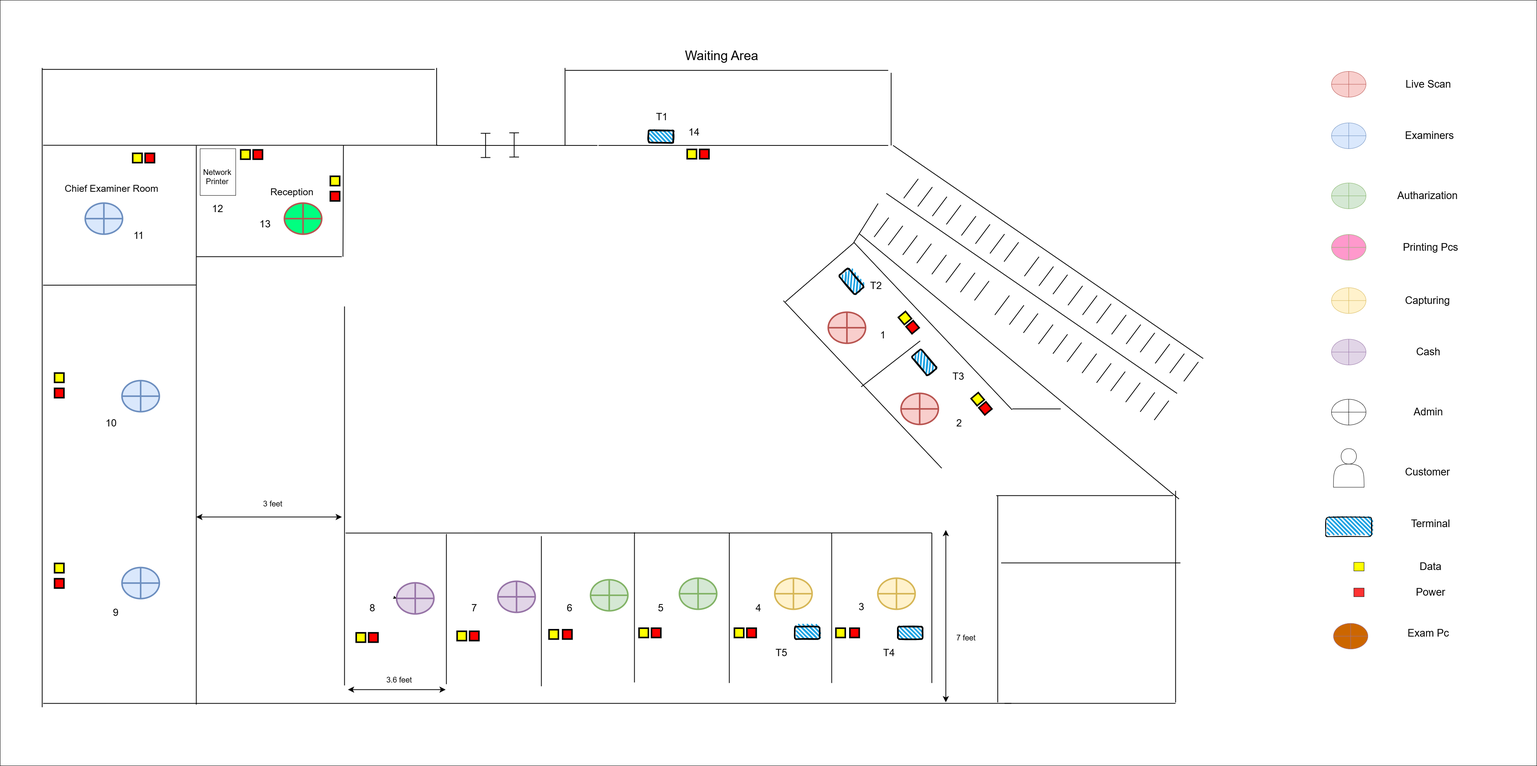
This is kegall_ground.png from thushan-harshajeewa/dmt-diagrams, a draw.io export, as it was before one commit. Source tidied: cells renumbered, new cells last; positions are measured from the earlier drawing's top-left corner, leaving out a move shared by most shapes.
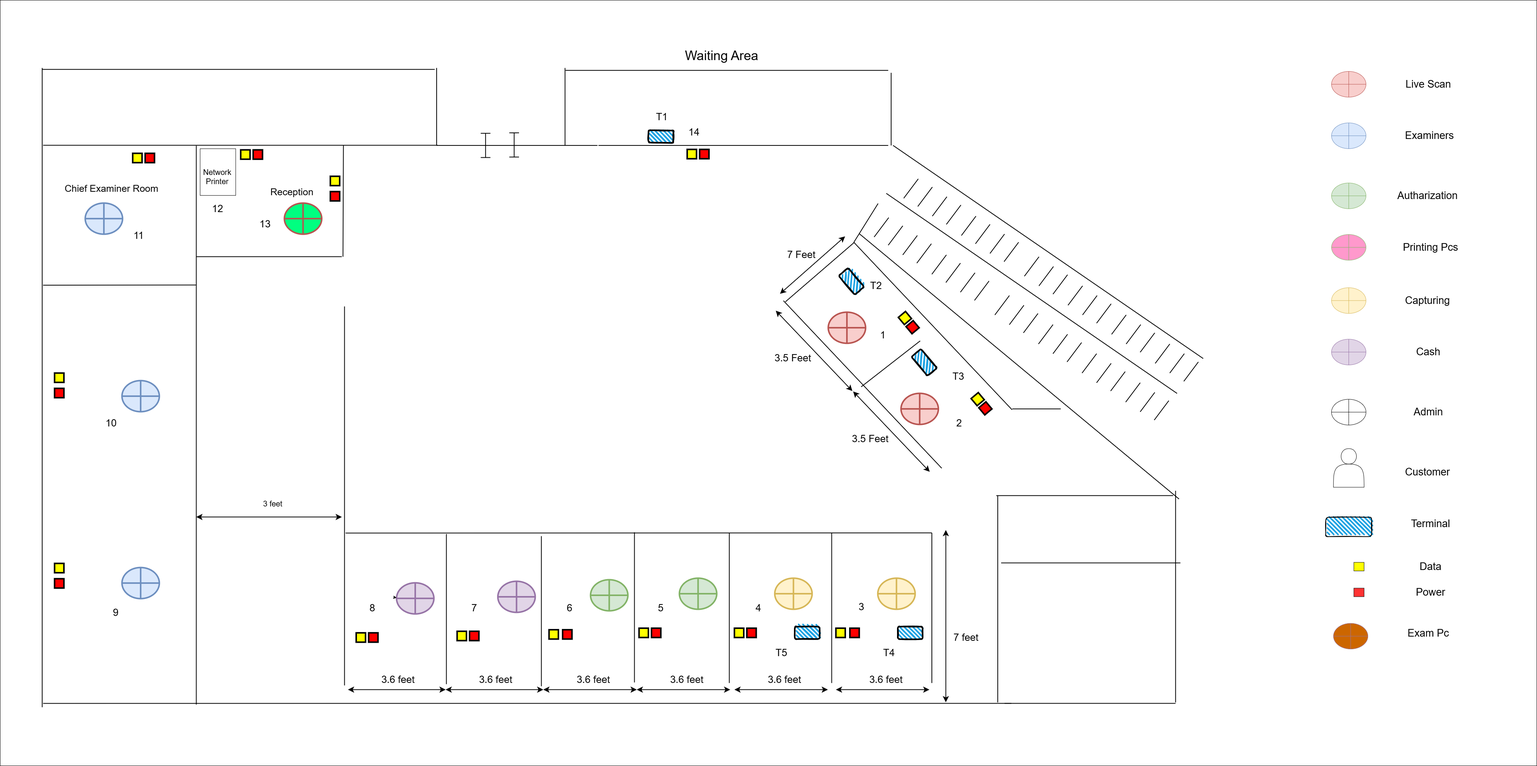
Above is the later version.

The edit, as a diff of the source:
```diff
@@ -637,7 +637,7 @@
         <mxPoint x="2469" y="1384" as="targetPoint" />
       </mxGeometry>
     </mxCell>
-    <mxCell id="135" value="&lt;font style=&quot;font-size: 20px;&quot;&gt;7 feet&lt;/font&gt;" style="text;html=1;align=center;verticalAlign=middle;whiteSpace=wrap;rounded=0;" parent="1" vertex="1">
+    <mxCell id="135" value="&lt;font style=&quot;font-size: 26px;&quot;&gt;7 feet&lt;/font&gt;" style="text;html=1;align=center;verticalAlign=middle;whiteSpace=wrap;rounded=0;" parent="1" vertex="1">
       <mxGeometry x="2482" y="1649.8" width="80" height="30" as="geometry" />
     </mxCell>
     <mxCell id="136" style="endArrow=classic;startArrow=classic;html=1;strokeWidth=2;endSize=10;startSize=10;" parent="1" edge="1">
@@ -646,8 +646,8 @@
         <mxPoint x="1163" y="1801" as="targetPoint" />
       </mxGeometry>
     </mxCell>
-    <mxCell id="137" value="&lt;font style=&quot;font-size: 20px;&quot;&gt;3.6 feet&lt;/font&gt;" style="text;html=1;align=center;verticalAlign=middle;whiteSpace=wrap;rounded=0;" parent="1" vertex="1">
-      <mxGeometry x="1002" y="1760" width="80" height="30" as="geometry" />
+    <mxCell id="137" value="&lt;font style=&quot;font-size: 26px;&quot;&gt;3.6 feet&lt;/font&gt;" style="text;html=1;align=center;verticalAlign=middle;whiteSpace=wrap;rounded=0;" parent="1" vertex="1">
+      <mxGeometry x="974" y="1760" width="130" height="30" as="geometry" />
     </mxCell>
     <mxCell id="138" value="&lt;font style=&quot;font-size: 26px;&quot;&gt;1&lt;/font&gt;" style="text;html=1;align=center;verticalAlign=middle;whiteSpace=wrap;rounded=0;" parent="1" vertex="1">
       <mxGeometry x="2275" y="860" width="60" height="30" as="geometry" />
@@ -787,5 +787,77 @@
     <mxCell id="183" value="&lt;font style=&quot;font-size: 26px;&quot;&gt;12&lt;/font&gt;" style="text;html=1;align=center;verticalAlign=middle;whiteSpace=wrap;rounded=0;" parent="1" vertex="1">
       <mxGeometry x="538.5" y="530" width="60" height="30" as="geometry" />
     </mxCell>
+    <mxCell id="184" style="endArrow=classic;startArrow=classic;html=1;endSize=10;startSize=10;strokeWidth=2;" parent="1" edge="1">
+      <mxGeometry relative="1" as="geometry">
+        <mxPoint x="2036" y="767" as="sourcePoint" />
+        <mxPoint x="2206" y="617" as="targetPoint" />
+      </mxGeometry>
+    </mxCell>
+    <mxCell id="185" value="&lt;font style=&quot;font-size: 26px;&quot;&gt;7 Feet&lt;/font&gt;" style="text;html=1;align=center;verticalAlign=middle;whiteSpace=wrap;rounded=0;" parent="1" vertex="1">
+      <mxGeometry x="2042" y="650" width="100" height="30" as="geometry" />
+    </mxCell>
+    <mxCell id="186" style="endArrow=classic;startArrow=classic;html=1;endSize=10;startSize=10;strokeWidth=2;" parent="1" edge="1">
+      <mxGeometry relative="1" as="geometry">
+        <mxPoint x="2225" y="1021" as="sourcePoint" />
+        <mxPoint x="2025" y="811" as="targetPoint" />
+      </mxGeometry>
+    </mxCell>
+    <mxCell id="187" value="&lt;font style=&quot;font-size: 26px;&quot;&gt;3.5 Feet&lt;/font&gt;" style="text;html=1;align=center;verticalAlign=middle;whiteSpace=wrap;rounded=0;" parent="1" vertex="1">
+      <mxGeometry x="2019.9" y="920" width="100" height="30" as="geometry" />
+    </mxCell>
+    <mxCell id="188" value="&lt;font style=&quot;font-size: 26px;&quot;&gt;3.5 Feet&lt;/font&gt;" style="text;html=1;align=center;verticalAlign=middle;whiteSpace=wrap;rounded=0;" parent="1" vertex="1">
+      <mxGeometry x="2221.8" y="1131" width="100" height="30" as="geometry" />
+    </mxCell>
+    <mxCell id="189" style="endArrow=classic;startArrow=classic;html=1;endSize=10;startSize=10;strokeWidth=2;" parent="1" edge="1">
+      <mxGeometry relative="1" as="geometry">
+        <mxPoint x="2426.9" y="1232" as="sourcePoint" />
+        <mxPoint x="2226.9" y="1022" as="targetPoint" />
+      </mxGeometry>
+    </mxCell>
+    <mxCell id="190" style="endArrow=classic;startArrow=classic;html=1;strokeWidth=2;endSize=10;startSize=10;" parent="1" edge="1">
+      <mxGeometry relative="1" as="geometry">
+        <mxPoint x="1163" y="1801" as="sourcePoint" />
+        <mxPoint x="1418" y="1801" as="targetPoint" />
+      </mxGeometry>
+    </mxCell>
+    <mxCell id="191" value="&lt;font style=&quot;font-size: 26px;&quot;&gt;3.6 feet&lt;/font&gt;" style="text;html=1;align=center;verticalAlign=middle;whiteSpace=wrap;rounded=0;" parent="1" vertex="1">
+      <mxGeometry x="1229" y="1760" width="130" height="30" as="geometry" />
+    </mxCell>
+    <mxCell id="192" style="endArrow=classic;startArrow=classic;html=1;strokeWidth=2;endSize=10;startSize=10;" parent="1" edge="1">
+      <mxGeometry relative="1" as="geometry">
+        <mxPoint x="1418" y="1801" as="sourcePoint" />
+        <mxPoint x="1662" y="1801" as="targetPoint" />
+      </mxGeometry>
+    </mxCell>
+    <mxCell id="193" value="&lt;font style=&quot;font-size: 26px;&quot;&gt;3.6 feet&lt;/font&gt;" style="text;html=1;align=center;verticalAlign=middle;whiteSpace=wrap;rounded=0;" parent="1" vertex="1">
+      <mxGeometry x="1484" y="1760" width="130" height="30" as="geometry" />
+    </mxCell>
+    <mxCell id="194" style="endArrow=classic;startArrow=classic;html=1;strokeWidth=2;endSize=10;startSize=10;" parent="1" edge="1">
+      <mxGeometry relative="1" as="geometry">
+        <mxPoint x="1662" y="1801" as="sourcePoint" />
+        <mxPoint x="1906" y="1801" as="targetPoint" />
+      </mxGeometry>
+    </mxCell>
+    <mxCell id="195" value="&lt;font style=&quot;font-size: 26px;&quot;&gt;3.6 feet&lt;/font&gt;" style="text;html=1;align=center;verticalAlign=middle;whiteSpace=wrap;rounded=0;" parent="1" vertex="1">
+      <mxGeometry x="1728" y="1760" width="130" height="30" as="geometry" />
+    </mxCell>
+    <mxCell id="196" style="endArrow=classic;startArrow=classic;html=1;strokeWidth=2;endSize=10;startSize=10;" parent="1" edge="1">
+      <mxGeometry relative="1" as="geometry">
+        <mxPoint x="1917" y="1801" as="sourcePoint" />
+        <mxPoint x="2161" y="1801" as="targetPoint" />
+      </mxGeometry>
+    </mxCell>
+    <mxCell id="197" value="&lt;font style=&quot;font-size: 26px;&quot;&gt;3.6 feet&lt;/font&gt;" style="text;html=1;align=center;verticalAlign=middle;whiteSpace=wrap;rounded=0;" parent="1" vertex="1">
+      <mxGeometry x="1983" y="1760" width="130" height="30" as="geometry" />
+    </mxCell>
+    <mxCell id="198" style="endArrow=classic;startArrow=classic;html=1;strokeWidth=2;endSize=10;startSize=10;" parent="1" edge="1">
+      <mxGeometry relative="1" as="geometry">
+        <mxPoint x="2182" y="1801" as="sourcePoint" />
+        <mxPoint x="2426" y="1801" as="targetPoint" />
+      </mxGeometry>
+    </mxCell>
+    <mxCell id="199" value="&lt;font style=&quot;font-size: 26px;&quot;&gt;3.6 feet&lt;/font&gt;" style="text;html=1;align=center;verticalAlign=middle;whiteSpace=wrap;rounded=0;" parent="1" vertex="1">
+      <mxGeometry x="2248" y="1760" width="130" height="30" as="geometry" />
+    </mxCell>
   </root>
 </mxGraphModel>
```
